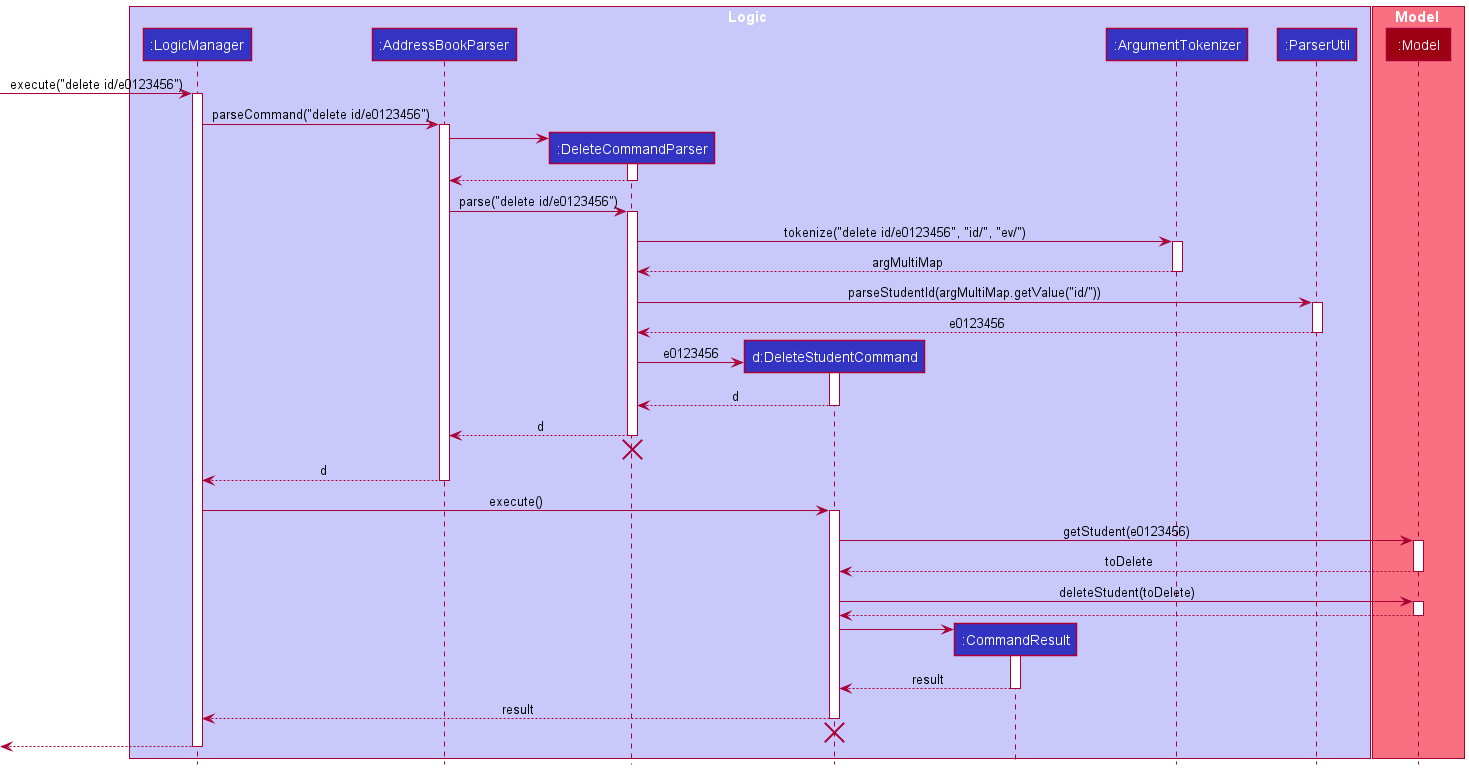
wowsiddanth/tp keeps this PlantUML diagram as docs/images/DeleteSequenceDiagram.png. Above is the earlier version.
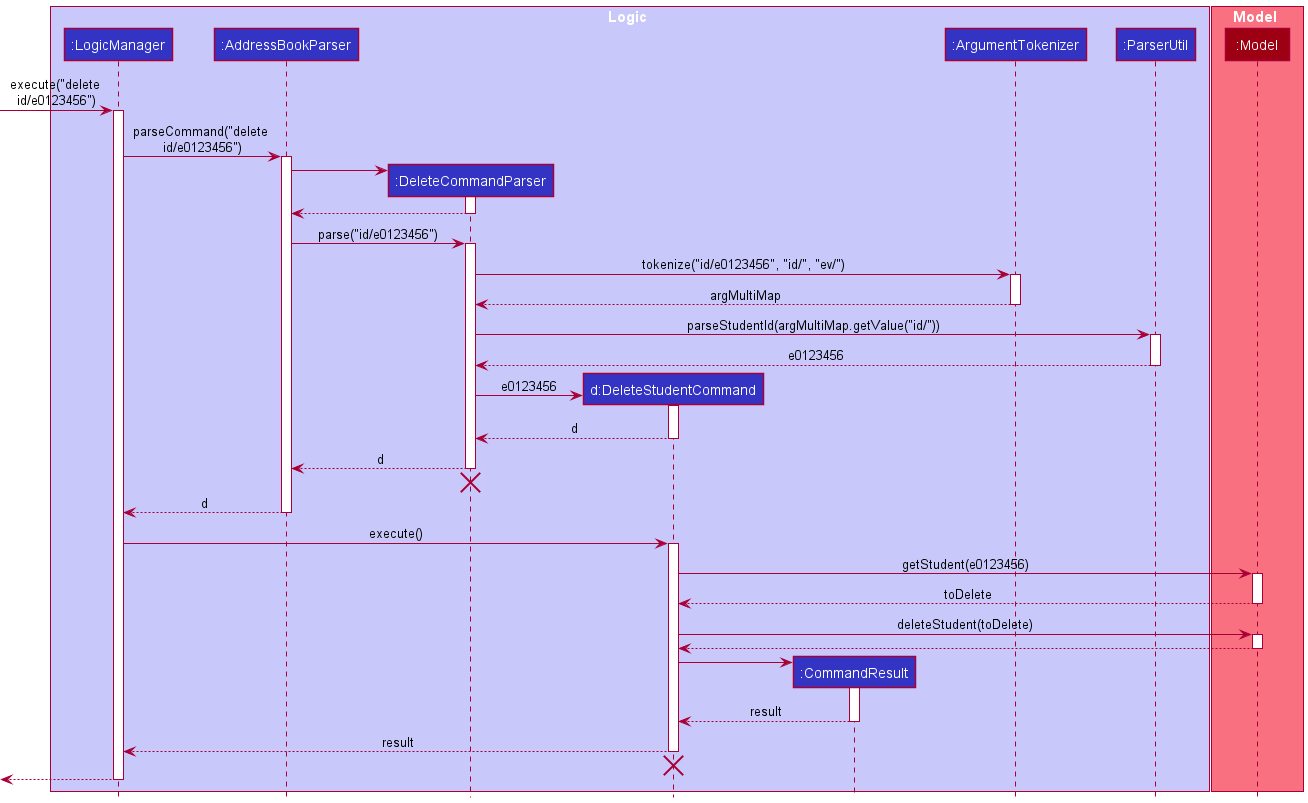
After the commit.

The edit, as a diff of the source:
```diff
@@ -15,10 +15,10 @@
 participant ":Model" as Model MODEL_COLOR
 end box
 
-[-> LogicManager : execute("delete id/e0123456")
+[-> LogicManager : execute("delete \nid/e0123456")
 activate LogicManager
 
-LogicManager -> AddressBookParser : parseCommand("delete id/e0123456")
+LogicManager -> AddressBookParser : parseCommand("delete \nid/e0123456")
 activate AddressBookParser
 
 create DeleteCommandParser
@@ -28,10 +28,10 @@
 DeleteCommandParser --> AddressBookParser
 deactivate DeleteCommandParser
 
-AddressBookParser -> DeleteCommandParser : parse("delete id/e0123456")
+AddressBookParser -> DeleteCommandParser : parse("id/e0123456")
 activate DeleteCommandParser
 
-DeleteCommandParser -> ArgumentTokenizer: tokenize("delete id/e0123456", "id/", "ev/")
+DeleteCommandParser -> ArgumentTokenizer: tokenize("id/e0123456", "id/", "ev/")
 activate ArgumentTokenizer
 
 ArgumentTokenizer --> DeleteCommandParser: argMultiMap
```
